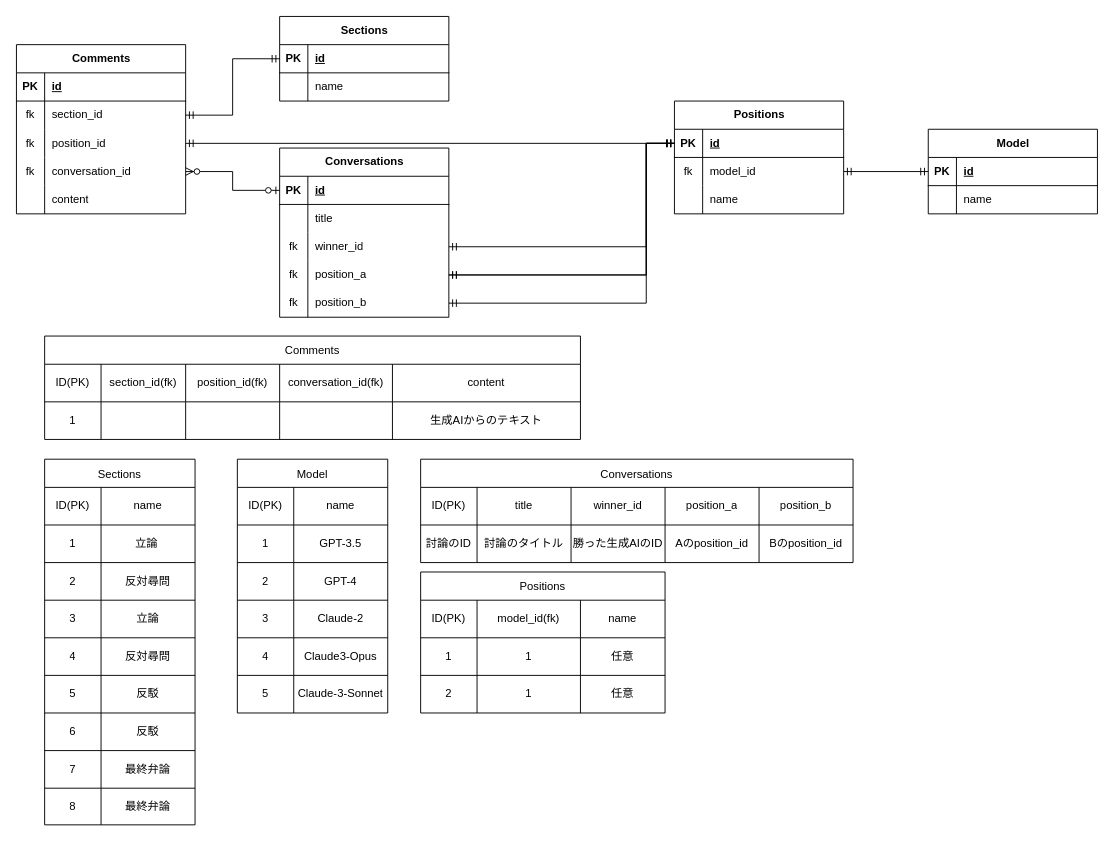
Earlier version of the draw.io diagram docs/ERdiagram.drawio (Sakauchi444/argut_ai). Source tidied: cells renumbered, new cells numbered last; positions are measured from the earlier drawing's top-left corner, leaving out a move shared by most shapes. Both pictures are drawn from the tidied source at 94%, with x=0, y=0 at pixel (16, 16).
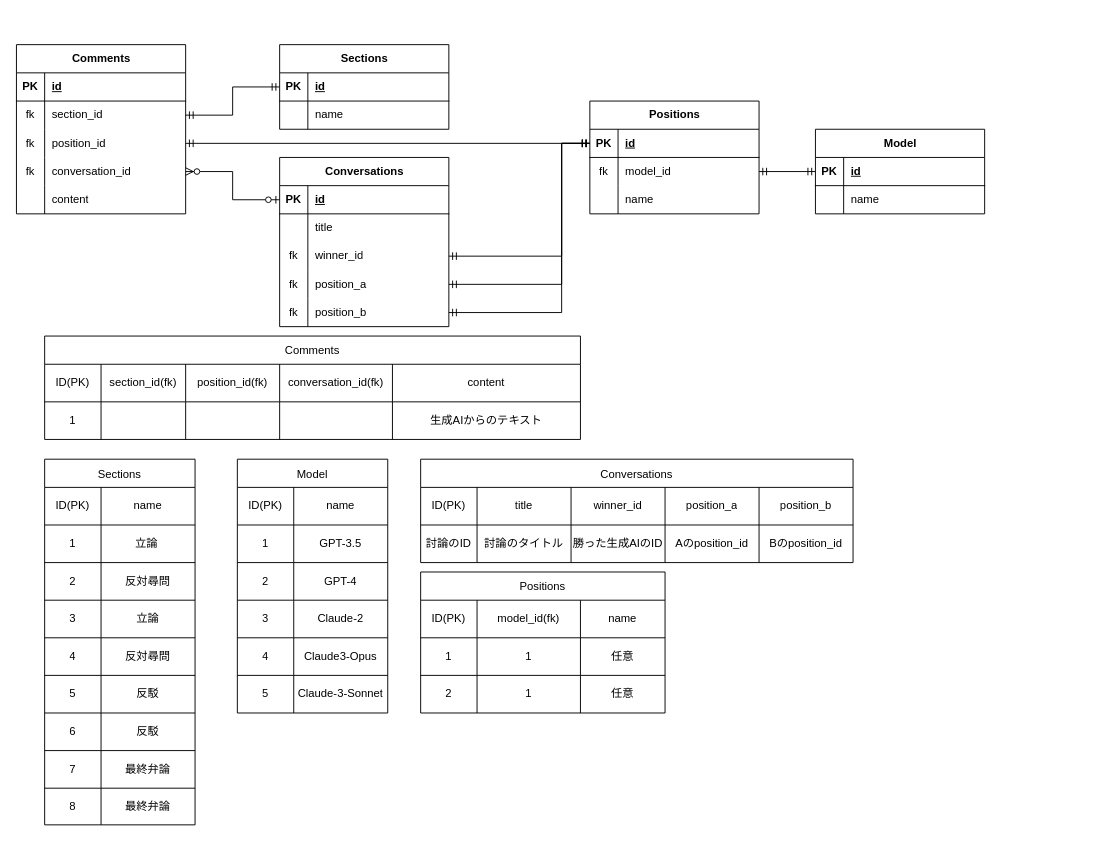
Above is the later version.

Commit message:
ERdiagram.drawio を更新します

The change refers to these unchanged cells:
```xml
<mxCell id="9" style="shape=tableRow;horizontal=0;startSize=0;swimlaneHead=0;swimlaneBody=0;fillColor=none;points=[[0,0.5],[1,0.5]];portConstraint=eastwest;top=0;left=0;right=0;bottom=0;" parent="2" vertex="1">
  <mxGeometry y="90" width="180" height="30" as="geometry" />
</mxCell>
<mxCell id="12" style="shape=tableRow;horizontal=0;startSize=0;swimlaneHead=0;swimlaneBody=0;fillColor=none;points=[[0,0.5],[1,0.5]];portConstraint=eastwest;top=0;left=0;right=0;bottom=0;" parent="2" vertex="1">
  <mxGeometry y="120" width="180" height="30" as="geometry" />
</mxCell>
<mxCell id="15" style="shape=tableRow;horizontal=0;startSize=0;swimlaneHead=0;swimlaneBody=0;fillColor=none;points=[[0,0.5],[1,0.5]];portConstraint=eastwest;top=0;left=0;right=0;bottom=0;" parent="2" vertex="1">
  <mxGeometry y="150" width="180" height="30" as="geometry" />
</mxCell>
<mxCell id="19" style="shape=tableRow;horizontal=0;startSize=0;swimlaneHead=0;swimlaneBody=0;fillColor=none;points=[[0,0.5],[1,0.5]];portConstraint=eastwest;top=0;left=0;right=0;bottom=1;" parent="18" vertex="1">
  <mxGeometry y="30" width="180" height="30" as="geometry" />
</mxCell>
<mxCell id="32" style="shape=tableRow;horizontal=0;startSize=0;swimlaneHead=0;swimlaneBody=0;fillColor=none;points=[[0,0.5],[1,0.5]];portConstraint=eastwest;top=0;left=0;right=0;bottom=0;" parent="25" vertex="1">
  <mxGeometry y="90" width="180" height="30" as="geometry" />
</mxCell>
<mxCell id="42" style="shape=tableRow;horizontal=0;startSize=0;swimlaneHead=0;swimlaneBody=0;fillColor=none;points=[[0,0.5],[1,0.5]];portConstraint=eastwest;top=0;left=0;right=0;bottom=1;" parent="41" vertex="1">
  <mxGeometry y="30" width="180" height="30" as="geometry" />
</mxCell>
<mxCell id="45" style="shape=tableRow;horizontal=0;startSize=0;swimlaneHead=0;swimlaneBody=0;fillColor=none;points=[[0,0.5],[1,0.5]];portConstraint=eastwest;top=0;left=0;right=0;bottom=0;" parent="41" vertex="1">
  <mxGeometry y="60" width="180" height="30" as="geometry" />
</mxCell>
```

Change to the diagram source:
```diff
@@
     <mxCell id="2" value="Conversations" style="shape=table;startSize=30;childLayout=tableLayout;rowLines=0;fontStyle=1;align=center;html=1;" parent="1" vertex="1">
-      <mxGeometry x="280" y="140" width="180" height="180" as="geometry" />
+      <mxGeometry x="280" y="150" width="180" height="180" as="geometry" />
     </mxCell>
@@
     <mxCell id="18" value="Model" style="shape=table;startSize=30;childLayout=tableLayout;rowLines=0;fontStyle=1;align=center;html=1;" parent="1" vertex="1">
-      <mxGeometry x="970" y="120" width="180" height="90" as="geometry" />
+      <mxGeometry x="850" y="120" width="180" height="90" as="geometry" />
     </mxCell>
@@
     <mxCell id="41" value="Positions" style="shape=table;startSize=30;childLayout=tableLayout;rowLines=0;fontStyle=1;align=center;html=1;" parent="1" vertex="1">
-      <mxGeometry x="700" y="90" width="180" height="120" as="geometry" />
+      <mxGeometry x="610" y="90" width="180" height="120" as="geometry" />
     </mxCell>
@@
     <mxCell id="51" value="Sections" style="shape=table;startSize=30;childLayout=tableLayout;rowLines=0;fontStyle=1;align=center;html=1;" parent="1" vertex="1">
-      <mxGeometry x="280" width="180" height="90" as="geometry" />
+      <mxGeometry x="280" y="30" width="180" height="90" as="geometry" />
     </mxCell>
@@
-    <mxCell id="146" style="edgeStyle=orthogonalEdgeStyle;fontSize=12;html=1;endArrow=ERmandOne;startArrow=ERmandOne;rounded=0;exitX=1;exitY=0.5;exitDx=0;exitDy=0;entryX=0;entryY=0.5;entryDx=0;entryDy=0;" parent="1" edge="1" source="12" target="42">
-      <mxGeometry relative="1" as="geometry">
-        <Array as="points">
-          <mxPoint x="670" y="275" />
-          <mxPoint x="670" y="135" />
-        </Array>
-      </mxGeometry>
-    </mxCell>
     <mxCell id="147" style="edgeStyle=orthogonalEdgeStyle;fontSize=12;html=1;endArrow=ERmandOne;startArrow=ERmandOne;rounded=0;entryX=0;entryY=0.5;entryDx=0;entryDy=0;exitX=1;exitY=0.5;exitDx=0;exitDy=0;" parent="1" edge="1" source="15" target="42">
       <mxGeometry relative="1" as="geometry">
         <Array as="points">
-          <mxPoint x="670" y="305" />
-          <mxPoint x="670" y="135" />
+          <mxPoint x="580" y="315" />
+          <mxPoint x="580" y="135" />
         </Array>
       </mxGeometry>
     </mxCell>
     <mxCell id="148" style="edgeStyle=orthogonalEdgeStyle;fontSize=12;html=1;endArrow=ERmandOne;startArrow=ERmandOne;rounded=0;exitX=1;exitY=0.5;exitDx=0;exitDy=0;entryX=0;entryY=0.5;entryDx=0;entryDy=0;" parent="1" edge="1" source="45" target="19">
       <mxGeometry relative="1" as="geometry">
         <Array as="points">
-          <mxPoint x="940" y="165" />
-          <mxPoint x="940" y="165" />
+          <mxPoint x="840" y="165" />
+          <mxPoint x="840" y="165" />
         </Array>
       </mxGeometry>
     </mxCell>
     <mxCell id="149" style="edgeStyle=orthogonalEdgeStyle;fontSize=12;html=1;endArrow=ERmandOne;startArrow=ERmandOne;rounded=0;exitX=1;exitY=0.5;exitDx=0;exitDy=0;entryX=0;entryY=0.5;entryDx=0;entryDy=0;" parent="1" edge="1" source="9" target="42">
       <mxGeometry relative="1" as="geometry">
         <Array as="points">
-          <mxPoint x="670" y="245" />
-          <mxPoint x="670" y="135" />
+          <mxPoint x="580" y="255" />
+          <mxPoint x="580" y="135" />
         </Array>
       </mxGeometry>
     </mxCell>
-    <mxCell id="150" style="edgeStyle=orthogonalEdgeStyle;fontSize=12;html=1;endArrow=ERmandOne;startArrow=ERmandOne;rounded=0;entryX=0;entryY=0.5;entryDx=0;entryDy=0;exitX=1;exitY=0.5;exitDx=0;exitDy=0;" parent="1" edge="1" source="32" target="42">
-      <mxGeometry relative="1" as="geometry">
-        <Array as="points">
-          <mxPoint x="690" y="135" />
-          <mxPoint x="690" y="135" />
-        </Array>
-      </mxGeometry>
+    <mxCell id="150" style="edgeStyle=orthogonalEdgeStyle;fontSize=12;html=1;endArrow=ERmandOne;startArrow=ERmandOne;rounded=0;exitX=1;exitY=0.5;exitDx=0;exitDy=0;entryX=0;entryY=0.5;entryDx=0;entryDy=0;" parent="1" edge="1" source="32" target="42">
+      <mxGeometry relative="1" as="geometry" />
     </mxCell>
-    <mxCell id="151" style="edgeStyle=orthogonalEdgeStyle;fontSize=12;html=1;endArrow=ERmandOne;startArrow=ERmandOne;rounded=0;exitX=1;exitY=0.5;exitDx=0;exitDy=0;entryX=0;entryY=0.5;entryDx=0;entryDy=0;" parent="1" edge="1" target="42">
+    <mxCell id="151" style="edgeStyle=orthogonalEdgeStyle;fontSize=12;html=1;endArrow=ERmandOne;startArrow=ERmandOne;rounded=0;exitX=1;exitY=0.5;exitDx=0;exitDy=0;entryX=0;entryY=0.5;entryDx=0;entryDy=0;" parent="1" edge="1" source="12" target="42">
       <mxGeometry relative="1" as="geometry">
-        <mxPoint x="460" y="275" as="sourcePoint" />
         <Array as="points">
-          <mxPoint x="670" y="275" />
-          <mxPoint x="670" y="135" />
+          <mxPoint x="580" y="285" />
+          <mxPoint x="580" y="135" />
         </Array>
       </mxGeometry>
     </mxCell>
```
